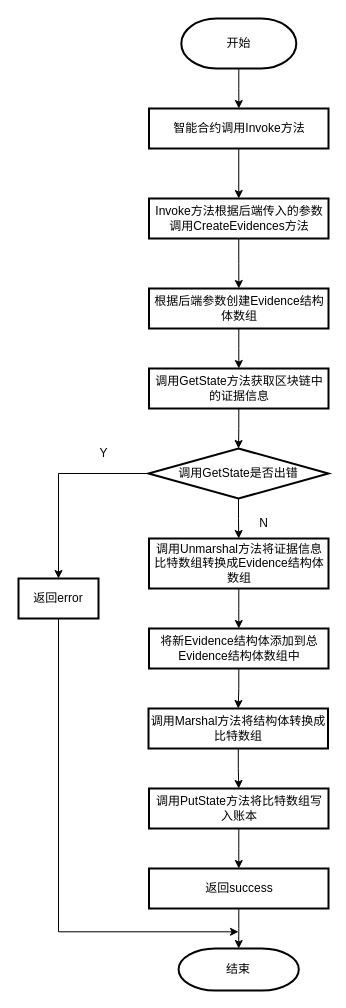
This is 毕业论文/图片/证据管理模块-创建证据智能合约.drawio from YanQiaoQi/graduation-project, a draw.io file, before an edit. Source tidied: cells renumbered, new cells numbered last; positions are measured from the earlier drawing's top-left corner, leaving out a move shared by most shapes. Both pictures are drawn from the tidied source at 100%, with x=0, y=0 at pixel (18, 18).
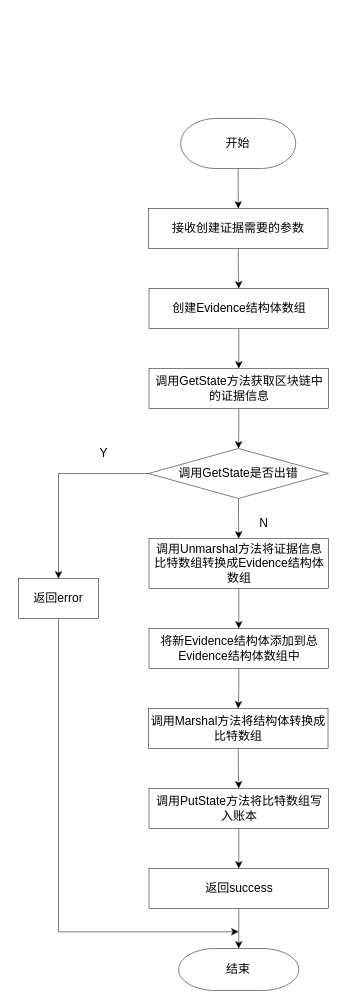
The same page after the edit.

What changed in the source:
```diff
@@
-    <mxCell id="2" style="edgeStyle=orthogonalEdgeStyle;rounded=0;jettySize=auto;html=1;" parent="1" edge="1" source="3" target="4">
+    <mxCell id="2" style="edgeStyle=orthogonalEdgeStyle;rounded=0;jettySize=auto;html=1;fontFamily=宋体;strokeWidth=0.5;" parent="1" edge="1" source="3" target="4">
       <mxGeometry relative="1" as="geometry" />
     </mxCell>
-    <mxCell id="3" value="开始" style="strokeWidth=2;html=1;shape=mxgraph.flowchart.terminator;whiteSpace=wrap;" parent="1" vertex="1">
-      <mxGeometry x="162.8" width="115" height="50" as="geometry" />
+    <mxCell id="3" value="开始" style="strokeWidth=0.5;html=1;shape=mxgraph.flowchart.terminator;whiteSpace=wrap;fontFamily=宋体;" parent="1" vertex="1">
+      <mxGeometry x="162.2" y="100" width="115" height="50" as="geometry" />
     </mxCell>
-    <mxCell id="4" value="智能合约调用Invoke方法" style="whiteSpace=wrap;html=1;strokeWidth=2;" parent="1" vertex="1">
-      <mxGeometry x="130.5" y="90" width="179.5" height="40" as="geometry" />
+    <mxCell id="4" value="接收创建证据需要的参数" style="whiteSpace=wrap;html=1;strokeWidth=0.5;fontFamily=宋体;" parent="1" vertex="1">
+      <mxGeometry x="130" y="190" width="179.5" height="40" as="geometry" />
     </mxCell>
-    <mxCell id="5" style="edgeStyle=orthogonalEdgeStyle;rounded=0;jettySize=auto;html=1;exitX=0.5;exitY=1;exitDx=0;exitDy=0;entryX=0.5;entryY=0;entryDx=0;entryDy=0;" parent="1" edge="1" source="4" target="18">
-      <mxGeometry relative="1" as="geometry" />
-    </mxCell>
-    <mxCell id="6" style="edgeStyle=orthogonalEdgeStyle;rounded=0;jettySize=auto;html=1;exitX=0.5;exitY=1;exitDx=0;exitDy=0;" parent="1" edge="1" source="18" target="8">
+    <mxCell id="6" style="edgeStyle=orthogonalEdgeStyle;rounded=0;jettySize=auto;html=1;exitX=0.5;exitY=1;exitDx=0;exitDy=0;fontFamily=宋体;strokeWidth=0.5;" parent="1" edge="1" source="4" target="8">
       <mxGeometry relative="1" as="geometry" />
     </mxCell>
-    <mxCell id="7" style="edgeStyle=orthogonalEdgeStyle;rounded=0;jettySize=auto;html=1;entryX=0.5;entryY=0;entryDx=0;entryDy=0;" parent="1" edge="1" source="8">
+    <mxCell id="7" style="edgeStyle=orthogonalEdgeStyle;rounded=0;jettySize=auto;html=1;entryX=0.5;entryY=0;entryDx=0;entryDy=0;fontFamily=宋体;strokeWidth=0.5;" parent="1" edge="1" source="8">
       <mxGeometry relative="1" as="geometry">
         <mxPoint x="220.3" y="350" as="targetPoint" />
       </mxGeometry>
     </mxCell>
-    <mxCell id="8" value="根据后端参数创建Evidence结构体数组" style="whiteSpace=wrap;html=1;strokeWidth=2;" parent="1" vertex="1">
+    <mxCell id="8" value="创建Evidence结构体数组" style="whiteSpace=wrap;html=1;strokeWidth=0.5;fontFamily=宋体;" parent="1" vertex="1">
       <mxGeometry x="130.5" y="270" width="179.5" height="40" as="geometry" />
     </mxCell>
-    <mxCell id="9" value="结束" style="strokeWidth=2;html=1;shape=mxgraph.flowchart.terminator;whiteSpace=wrap;" parent="1" vertex="1">
+    <mxCell id="9" value="结束" style="strokeWidth=0.5;html=1;shape=mxgraph.flowchart.terminator;whiteSpace=wrap;fontFamily=宋体;" parent="1" vertex="1">
       <mxGeometry x="160.1" y="930" width="120.2" height="42" as="geometry" />
     </mxCell>
-    <mxCell id="10" value="N" style="text;html=1;align=center;verticalAlign=middle;strokeColor=none;fillColor=none;" parent="1" vertex="1">
+    <mxCell id="10" value="N" style="text;html=1;align=center;verticalAlign=middle;strokeColor=none;fillColor=none;fontFamily=宋体;strokeWidth=0.5;" parent="1" vertex="1">
       <mxGeometry x="230" y="490" width="30" height="30" as="geometry" />
     </mxCell>
-    <mxCell id="11" value="Y" style="text;html=1;align=center;verticalAlign=middle;strokeColor=none;fillColor=none;" parent="1" vertex="1">
+    <mxCell id="11" value="Y" style="text;html=1;align=center;verticalAlign=middle;strokeColor=none;fillColor=none;fontFamily=宋体;strokeWidth=0.5;" parent="1" vertex="1">
       <mxGeometry x="70" y="420" width="30" height="30" as="geometry" />
     </mxCell>
-    <mxCell id="12" style="edgeStyle=orthogonalEdgeStyle;rounded=0;jettySize=auto;html=1;" parent="1" edge="1" source="13">
+    <mxCell id="12" style="edgeStyle=orthogonalEdgeStyle;rounded=0;jettySize=auto;html=1;fontFamily=宋体;strokeWidth=0.5;" parent="1" edge="1" source="13">
       <mxGeometry relative="1" as="geometry">
         <mxPoint x="220" y="913.3" as="targetPoint" />
         <Array as="points">
           <mxPoint x="40" y="913" />
         </Array>
       </mxGeometry>
     </mxCell>
-    <mxCell id="13" value="返回error" style="whiteSpace=wrap;html=1;strokeWidth=2;" parent="1" vertex="1">
+    <mxCell id="13" value="返回error" style="whiteSpace=wrap;html=1;strokeWidth=0.5;fontFamily=宋体;" parent="1" vertex="1">
       <mxGeometry y="560" width="80" height="40" as="geometry" />
     </mxCell>
-    <mxCell id="14" style="edgeStyle=orthogonalEdgeStyle;rounded=0;jettySize=auto;html=1;" parent="1" edge="1" source="15" target="21">
+    <mxCell id="14" style="edgeStyle=orthogonalEdgeStyle;rounded=0;jettySize=auto;html=1;fontFamily=宋体;strokeWidth=0.5;" parent="1" edge="1" source="15" target="21">
       <mxGeometry relative="1" as="geometry" />
     </mxCell>
-    <mxCell id="15" value="调用GetState方法获取区块链中的证据信息" style="whiteSpace=wrap;html=1;strokeWidth=2;" parent="1" vertex="1">
+    <mxCell id="15" value="调用GetState方法获取区块链中的证据信息" style="whiteSpace=wrap;html=1;strokeWidth=0.5;fontFamily=宋体;" parent="1" vertex="1">
       <mxGeometry x="130.5" y="350" width="179.5" height="40" as="geometry" />
     </mxCell>
-    <mxCell id="16" style="edgeStyle=orthogonalEdgeStyle;rounded=0;jettySize=auto;html=1;entryX=0.5;entryY=0;entryDx=0;entryDy=0;" parent="1" edge="1" source="17" target="23">
+    <mxCell id="16" style="edgeStyle=orthogonalEdgeStyle;rounded=0;jettySize=auto;html=1;entryX=0.5;entryY=0;entryDx=0;entryDy=0;fontFamily=宋体;strokeWidth=0.5;" parent="1" edge="1" source="17" target="23">
       <mxGeometry relative="1" as="geometry" />
     </mxCell>
-    <mxCell id="17" value="调用Unmarshal方法将证据信息比特数组转换成Evidence结构体数组" style="whiteSpace=wrap;html=1;strokeWidth=2;" parent="1" vertex="1">
+    <mxCell id="17" value="调用Unmarshal方法将证据信息比特数组转换成Evidence结构体数组" style="whiteSpace=wrap;html=1;strokeWidth=0.5;fontFamily=宋体;" parent="1" vertex="1">
       <mxGeometry x="130.5" y="520" width="179.5" height="50" as="geometry" />
     </mxCell>
-    <mxCell id="18" value="Invoke方法根据后端传入的参数调用CreateEvidences方法" style="whiteSpace=wrap;html=1;strokeWidth=2;" parent="1" vertex="1">
-      <mxGeometry x="130.5" y="180" width="179.5" height="40" as="geometry" />
-    </mxCell>
-    <mxCell id="19" style="edgeStyle=orthogonalEdgeStyle;rounded=0;jettySize=auto;html=1;entryX=0.5;entryY=0;entryDx=0;entryDy=0;" parent="1" edge="1" source="21" target="13">
+    <mxCell id="19" style="edgeStyle=orthogonalEdgeStyle;rounded=0;jettySize=auto;html=1;entryX=0.5;entryY=0;entryDx=0;entryDy=0;fontFamily=宋体;strokeWidth=0.5;" parent="1" edge="1" source="21" target="13">
       <mxGeometry relative="1" as="geometry" />
     </mxCell>
-    <mxCell id="20" style="edgeStyle=orthogonalEdgeStyle;rounded=0;jettySize=auto;html=1;entryX=0.5;entryY=0;entryDx=0;entryDy=0;" parent="1" edge="1" source="21" target="17">
+    <mxCell id="20" style="edgeStyle=orthogonalEdgeStyle;rounded=0;jettySize=auto;html=1;entryX=0.5;entryY=0;entryDx=0;entryDy=0;fontFamily=宋体;strokeWidth=0.5;" parent="1" edge="1" source="21" target="17">
       <mxGeometry relative="1" as="geometry" />
     </mxCell>
-    <mxCell id="21" value="调用GetState是否出错" style="rhombus;whiteSpace=wrap;html=1;strokeWidth=2;" parent="1" vertex="1">
+    <mxCell id="21" value="调用GetState是否出错" style="rhombus;whiteSpace=wrap;html=1;strokeWidth=0.5;fontFamily=宋体;" parent="1" vertex="1">
       <mxGeometry x="130" y="430" width="180" height="50" as="geometry" />
     </mxCell>
-    <mxCell id="22" style="edgeStyle=orthogonalEdgeStyle;rounded=0;jettySize=auto;html=1;entryX=0.5;entryY=0;entryDx=0;entryDy=0;" parent="1" edge="1" source="23" target="25">
+    <mxCell id="22" style="edgeStyle=orthogonalEdgeStyle;rounded=0;jettySize=auto;html=1;entryX=0.5;entryY=0;entryDx=0;entryDy=0;fontFamily=宋体;strokeWidth=0.5;" parent="1" edge="1" source="23" target="25">
       <mxGeometry relative="1" as="geometry" />
     </mxCell>
-    <mxCell id="23" value="将新Evidence结构体添加到总Evidence结构体数组中" style="whiteSpace=wrap;html=1;strokeWidth=2;" parent="1" vertex="1">
+    <mxCell id="23" value="将新Evidence结构体添加到总Evidence结构体数组中" style="whiteSpace=wrap;html=1;strokeWidth=0.5;fontFamily=宋体;" parent="1" vertex="1">
       <mxGeometry x="130.5" y="610" width="179.5" height="40" as="geometry" />
     </mxCell>
-    <mxCell id="24" style="edgeStyle=orthogonalEdgeStyle;rounded=0;jettySize=auto;html=1;entryX=0.5;entryY=0;entryDx=0;entryDy=0;" parent="1" edge="1" source="25" target="27">
+    <mxCell id="24" style="edgeStyle=orthogonalEdgeStyle;rounded=0;jettySize=auto;html=1;entryX=0.5;entryY=0;entryDx=0;entryDy=0;fontFamily=宋体;strokeWidth=0.5;" parent="1" edge="1" source="25" target="27">
       <mxGeometry relative="1" as="geometry" />
     </mxCell>
-    <mxCell id="25" value="调用Marshal方法将结构体转换成比特数组" style="whiteSpace=wrap;html=1;strokeWidth=2;" parent="1" vertex="1">
+    <mxCell id="25" value="调用Marshal方法将结构体转换成比特数组" style="whiteSpace=wrap;html=1;strokeWidth=0.5;fontFamily=宋体;" parent="1" vertex="1">
       <mxGeometry x="130" y="690" width="179.5" height="40" as="geometry" />
     </mxCell>
-    <mxCell id="26" style="edgeStyle=orthogonalEdgeStyle;rounded=0;jettySize=auto;html=1;entryX=0.5;entryY=0;entryDx=0;entryDy=0;" parent="1" edge="1" source="27" target="29">
+    <mxCell id="26" style="edgeStyle=orthogonalEdgeStyle;rounded=0;jettySize=auto;html=1;entryX=0.5;entryY=0;entryDx=0;entryDy=0;fontFamily=宋体;strokeWidth=0.5;" parent="1" edge="1" source="27" target="29">
       <mxGeometry relative="1" as="geometry" />
     </mxCell>
-    <mxCell id="27" value="调用PutState方法将比特数组写入账本" style="whiteSpace=wrap;html=1;strokeWidth=2;" parent="1" vertex="1">
+    <mxCell id="27" value="调用PutState方法将比特数组写入账本" style="whiteSpace=wrap;html=1;strokeWidth=0.5;fontFamily=宋体;" parent="1" vertex="1">
       <mxGeometry x="130.5" y="770" width="179.5" height="40" as="geometry" />
     </mxCell>
-    <mxCell id="28" style="edgeStyle=orthogonalEdgeStyle;rounded=0;jettySize=auto;html=1;entryX=0.5;entryY=0;entryDx=0;entryDy=0;entryPerimeter=0;" parent="1" edge="1" source="29" target="9">
+    <mxCell id="28" style="edgeStyle=orthogonalEdgeStyle;rounded=0;jettySize=auto;html=1;entryX=0.5;entryY=0;entryDx=0;entryDy=0;entryPerimeter=0;fontFamily=宋体;strokeWidth=0.5;" parent="1" edge="1" source="29" target="9">
       <mxGeometry relative="1" as="geometry" />
     </mxCell>
-    <mxCell id="29" value="返回success" style="whiteSpace=wrap;html=1;strokeWidth=2;" parent="1" vertex="1">
+    <mxCell id="29" value="返回success" style="whiteSpace=wrap;html=1;strokeWidth=0.5;fontFamily=宋体;" parent="1" vertex="1">
       <mxGeometry x="130.5" y="850" width="179.5" height="40" as="geometry" />
     </mxCell>
```
